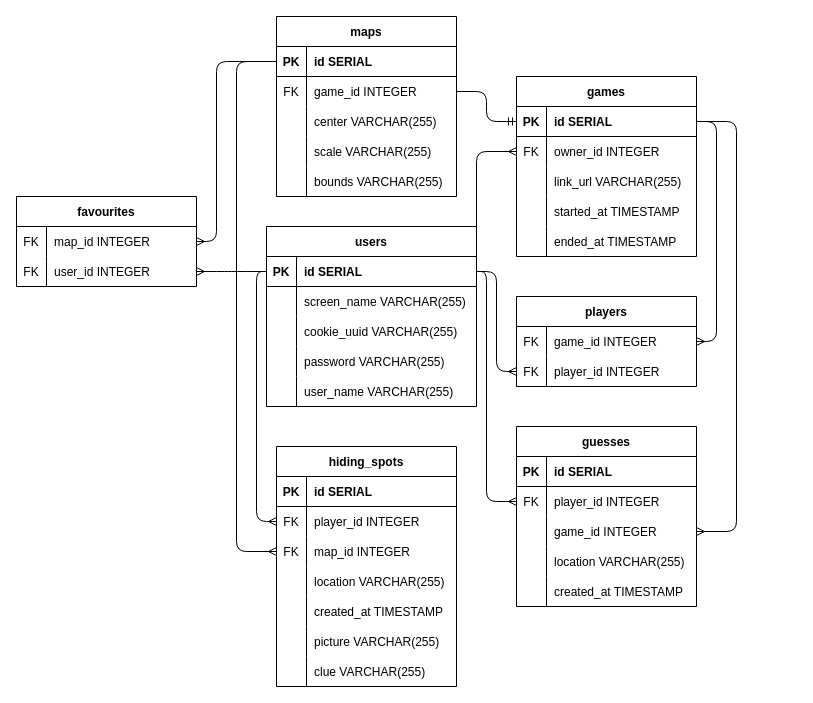
Before: db/erd.drawio in Puzzlebottom/midterm-project, a draw.io diagram. Source tidied: cells renumbered, new cells numbered last; positions are measured from the earlier drawing's top-left corner, leaving out a move shared by most shapes. Both pictures are drawn from the tidied source at 100%, with x=0, y=0 at pixel (16, 16).
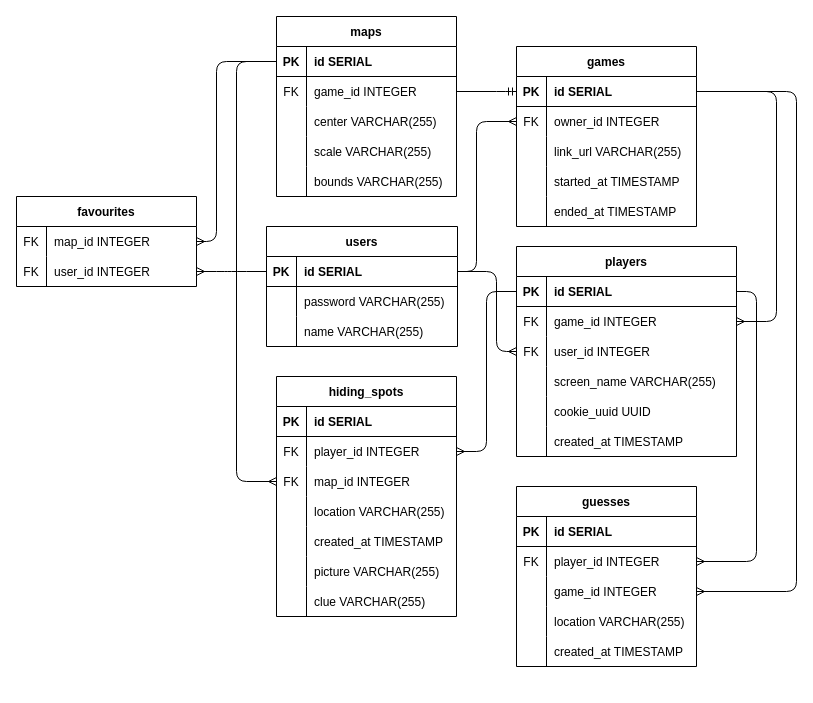
Above is the later version.

Commit message (it also covers changes not shown here):
updates erd and schema

Unchanged cells that the change refers to:
```xml
<mxCell id="19" style="shape=tableRow;horizontal=0;startSize=0;swimlaneHead=0;swimlaneBody=0;fillColor=none;points=[[0,0.5],[1,0.5]];portConstraint=eastwest;top=0;left=0;right=0;bottom=1;" parent="18" vertex="1">
  <mxGeometry y="30" width="180" height="30" as="geometry" />
</mxCell>
<mxCell id="22" style="shape=tableRow;horizontal=0;startSize=0;swimlaneHead=0;swimlaneBody=0;fillColor=none;points=[[0,0.5],[1,0.5]];portConstraint=eastwest;top=0;left=0;right=0;bottom=0;" parent="18" vertex="1">
  <mxGeometry y="60" width="180" height="30" as="geometry" />
</mxCell>
<mxCell id="38" style="shape=tableRow;horizontal=0;startSize=0;swimlaneHead=0;swimlaneBody=0;fillColor=none;points=[[0,0.5],[1,0.5]];portConstraint=eastwest;top=0;left=0;right=0;bottom=0;" parent="34" vertex="1">
  <mxGeometry y="60" width="180" height="30" as="geometry" />
</mxCell>
<mxCell id="41" style="shape=tableRow;horizontal=0;startSize=0;swimlaneHead=0;swimlaneBody=0;fillColor=none;points=[[0,0.5],[1,0.5]];portConstraint=eastwest;top=0;left=0;right=0;bottom=0;" parent="34" vertex="1">
  <mxGeometry y="90" width="180" height="30" as="geometry" />
</mxCell>
<mxCell id="60" style="shape=tableRow;horizontal=0;startSize=0;swimlaneHead=0;swimlaneBody=0;fillColor=none;points=[[0,0.5],[1,0.5]];portConstraint=eastwest;top=0;left=0;right=0;bottom=0;" parent="56" vertex="1">
  <mxGeometry y="60" width="180" height="30" as="geometry" />
</mxCell>
<mxCell id="63" style="shape=tableRow;horizontal=0;startSize=0;swimlaneHead=0;swimlaneBody=0;fillColor=none;points=[[0,0.5],[1,0.5]];portConstraint=eastwest;top=0;left=0;right=0;bottom=0;" parent="56" vertex="1">
  <mxGeometry y="90" width="180" height="30" as="geometry" />
</mxCell>
<mxCell id="80" style="shape=tableRow;horizontal=0;startSize=0;swimlaneHead=0;swimlaneBody=0;fillColor=none;points=[[0,0.5],[1,0.5]];portConstraint=eastwest;top=0;left=0;right=0;bottom=1;" parent="79" vertex="1">
  <mxGeometry y="30" width="180" height="30" as="geometry" />
</mxCell>
<mxCell id="83" style="shape=tableRow;horizontal=0;startSize=0;swimlaneHead=0;swimlaneBody=0;fillColor=none;points=[[0,0.5],[1,0.5]];portConstraint=eastwest;top=0;left=0;right=0;bottom=0;" parent="79" vertex="1">
  <mxGeometry y="60" width="180" height="30" as="geometry" />
</mxCell>
```

The edit, as a diff of the source:
```diff
@@
     <mxCell id="2" value="users" style="shape=table;startSize=30;childLayout=tableLayout;rowLines=0;fontStyle=1;align=center;" parent="1" vertex="1">
-      <mxGeometry x="250" y="210" width="210" height="180" as="geometry" />
+      <mxGeometry x="250" y="210" width="191" height="120" as="geometry" />
     </mxCell>
     <mxCell id="3" style="shape=tableRow;horizontal=0;startSize=0;swimlaneHead=0;swimlaneBody=0;fillColor=none;points=[[0,0.5],[1,0.5]];portConstraint=eastwest;top=0;left=0;right=0;bottom=1;" parent="2" vertex="1">
-      <mxGeometry y="30" width="210" height="30" as="geometry" />
+      <mxGeometry y="30" width="191" height="30" as="geometry" />
     </mxCell>
@@
     <mxCell id="5" value="id SERIAL" style="shape=partialRectangle;fillColor=none;top=0;left=0;bottom=0;right=0;align=left;spacingLeft=6;fontStyle=1;overflow=hidden;" parent="3" vertex="1">
-      <mxGeometry x="30" width="180" height="30" as="geometry" />
+      <mxGeometry x="30" width="161" height="30" as="geometry" />
     </mxCell>
-    <mxCell id="6" style="shape=tableRow;horizontal=0;startSize=0;swimlaneHead=0;swimlaneBody=0;fillColor=none;top=0;left=0;right=0;bottom=0;" parent="2" vertex="1">
-      <mxGeometry y="60" width="210" height="30" as="geometry" />
-    </mxCell>
-    <mxCell id="7" style="shape=partialRectangle;fillColor=none;top=0;left=0;bottom=0;right=0;overflow=hidden;" parent="6" vertex="1">
-      <mxGeometry width="30" height="30" as="geometry" />
-    </mxCell>
-    <mxCell id="8" value="screen_name VARCHAR(255)" style="shape=partialRectangle;fillColor=none;top=0;left=0;bottom=0;right=0;align=left;spacingLeft=6;overflow=hidden;" parent="6" vertex="1">
-      <mxGeometry x="30" width="180" height="30" as="geometry" />
-    </mxCell>
-    <mxCell id="9" style="shape=tableRow;horizontal=0;startSize=0;swimlaneHead=0;swimlaneBody=0;fillColor=none;top=0;left=0;right=0;bottom=0;" parent="2" vertex="1">
-      <mxGeometry y="90" width="210" height="30" as="geometry" />
-    </mxCell>
-    <mxCell id="10" style="shape=partialRectangle;fillColor=none;top=0;left=0;bottom=0;right=0;overflow=hidden;" parent="9" vertex="1">
-      <mxGeometry width="30" height="30" as="geometry" />
-    </mxCell>
-    <mxCell id="11" value="cookie_uuid VARCHAR(255)" style="shape=partialRectangle;fillColor=none;top=0;left=0;bottom=0;right=0;align=left;spacingLeft=6;overflow=hidden;" parent="9" vertex="1">
-      <mxGeometry x="30" width="180" height="30" as="geometry" />
-    </mxCell>
     <mxCell id="12" style="shape=tableRow;horizontal=0;startSize=0;swimlaneHead=0;swimlaneBody=0;fillColor=none;top=0;left=0;right=0;bottom=0;" parent="2" vertex="1">
-      <mxGeometry y="120" width="210" height="30" as="geometry" />
+      <mxGeometry y="60" width="191" height="30" as="geometry" />
     </mxCell>
@@
     <mxCell id="14" value="password VARCHAR(255)" style="shape=partialRectangle;fillColor=none;top=0;left=0;bottom=0;right=0;align=left;spacingLeft=6;overflow=hidden;" parent="12" vertex="1">
-      <mxGeometry x="30" width="180" height="30" as="geometry" />
+      <mxGeometry x="30" width="161" height="30" as="geometry" />
     </mxCell>
     <mxCell id="15" style="shape=tableRow;horizontal=0;startSize=0;swimlaneHead=0;swimlaneBody=0;fillColor=none;top=0;left=0;right=0;bottom=0;" parent="2" vertex="1">
-      <mxGeometry y="150" width="210" height="30" as="geometry" />
+      <mxGeometry y="90" width="191" height="30" as="geometry" />
     </mxCell>
@@
-    <mxCell id="17" value="user_name VARCHAR(255)" style="shape=partialRectangle;fillColor=none;top=0;left=0;bottom=0;right=0;align=left;spacingLeft=6;overflow=hidden;" parent="15" vertex="1">
-      <mxGeometry x="30" width="180" height="30" as="geometry" />
+    <mxCell id="17" value="name VARCHAR(255)" style="shape=partialRectangle;fillColor=none;top=0;left=0;bottom=0;right=0;align=left;spacingLeft=6;overflow=hidden;" parent="15" vertex="1">
+      <mxGeometry x="30" width="161" height="30" as="geometry" />
     </mxCell>
@@
     <mxCell id="34" value="hiding_spots" style="shape=table;startSize=30;childLayout=tableLayout;rowLines=0;fontStyle=1;align=center;" parent="1" vertex="1">
-      <mxGeometry x="260" y="430" width="180" height="240" as="geometry" />
+      <mxGeometry x="260" y="360" width="180" height="240" as="geometry" />
     </mxCell>
@@
     <mxCell id="56" value="guesses" style="shape=table;startSize=30;childLayout=tableLayout;rowLines=0;fontStyle=1;align=center;" parent="1" vertex="1">
-      <mxGeometry x="500" y="410" width="180" height="180" as="geometry" />
+      <mxGeometry x="500" y="470" width="180" height="180" as="geometry" />
     </mxCell>
@@
     <mxCell id="79" value="games" style="shape=table;startSize=30;childLayout=tableLayout;rowLines=0;fontStyle=1;align=center;" parent="1" vertex="1">
-      <mxGeometry x="500" y="60" width="180" height="180" as="geometry" />
+      <mxGeometry x="500" y="30" width="180" height="180" as="geometry" />
     </mxCell>
@@
-    <mxCell id="95" style="edgeStyle=orthogonalEdgeStyle;fontSize=12;html=1;endArrow=ERmany;entryX=0;entryY=0.5;entryDx=0;entryDy=0;exitX=0;exitY=0.5;exitDx=0;exitDy=0;" parent="1" edge="1" source="3" target="38">
+    <mxCell id="95" style="edgeStyle=orthogonalEdgeStyle;fontSize=12;html=1;endArrow=ERmany;entryX=1;entryY=0.5;entryDx=0;entryDy=0;exitX=0;exitY=0.5;exitDx=0;exitDy=0;" parent="1" edge="1" source="112" target="38">
       <mxGeometry relative="1" as="geometry">
         <Array as="points">
-          <mxPoint x="240" y="255" />
-          <mxPoint x="240" y="505" />
+          <mxPoint x="470" y="275" />
+          <mxPoint x="470" y="435" />
         </Array>
       </mxGeometry>
     </mxCell>
-    <mxCell id="96" value="players" style="shape=table;startSize=30;childLayout=tableLayout;rowLines=0;fontStyle=1;align=center;" parent="1" vertex="1">
-      <mxGeometry x="500" y="280" width="180" height="90" as="geometry" />
-    </mxCell>
-    <mxCell id="97" style="shape=tableRow;horizontal=0;startSize=0;swimlaneHead=0;swimlaneBody=0;fillColor=none;points=[[0,0.5],[1,0.5]];portConstraint=eastwest;top=0;left=0;right=0;bottom=0;" parent="96" vertex="1">
-      <mxGeometry y="30" width="180" height="30" as="geometry" />
-    </mxCell>
-    <mxCell id="98" value="FK" style="shape=partialRectangle;fillColor=none;top=0;left=0;bottom=0;right=0;overflow=hidden;" parent="97" vertex="1">
-      <mxGeometry width="30" height="30" as="geometry" />
-    </mxCell>
-    <mxCell id="99" value="game_id INTEGER" style="shape=partialRectangle;fillColor=none;top=0;left=0;bottom=0;right=0;align=left;spacingLeft=6;overflow=hidden;" parent="97" vertex="1">
-      <mxGeometry x="30" width="150" height="30" as="geometry" />
-    </mxCell>
-    <mxCell id="100" style="shape=tableRow;horizontal=0;startSize=0;swimlaneHead=0;swimlaneBody=0;fillColor=none;points=[[0,0.5],[1,0.5]];portConstraint=eastwest;top=0;left=0;right=0;bottom=0;" parent="96" vertex="1">
-      <mxGeometry y="60" width="180" height="30" as="geometry" />
-    </mxCell>
-    <mxCell id="101" value="FK" style="shape=partialRectangle;fillColor=none;top=0;left=0;bottom=0;right=0;overflow=hidden;" parent="100" vertex="1">
-      <mxGeometry width="30" height="30" as="geometry" />
-    </mxCell>
-    <mxCell id="102" value="player_id INTEGER" style="shape=partialRectangle;fillColor=none;top=0;left=0;bottom=0;right=0;align=left;spacingLeft=6;overflow=hidden;" parent="100" vertex="1">
-      <mxGeometry x="30" width="150" height="30" as="geometry" />
-    </mxCell>
     <mxCell id="103" style="edgeStyle=orthogonalEdgeStyle;fontSize=12;html=1;endArrow=ERmandOne;entryX=0;entryY=0.5;entryDx=0;entryDy=0;exitX=1;exitY=0.5;exitDx=0;exitDy=0;" parent="1" edge="1" source="22" target="80">
       <mxGeometry relative="1" as="geometry">
         <Array as="points">
-          <mxPoint x="470" y="75" />
-          <mxPoint x="470" y="105" />
+          <mxPoint x="490" y="75" />
+          <mxPoint x="490" y="75" />
         </Array>
       </mxGeometry>
     </mxCell>
@@
-    <mxCell id="105" style="edgeStyle=orthogonalEdgeStyle;fontSize=12;html=1;endArrow=ERmany;entryX=1;entryY=0.5;entryDx=0;entryDy=0;exitX=1;exitY=0.5;exitDx=0;exitDy=0;" parent="1" edge="1" source="80" target="97">
+    <mxCell id="105" style="edgeStyle=orthogonalEdgeStyle;fontSize=12;html=1;endArrow=ERmany;entryX=1;entryY=0.5;entryDx=0;entryDy=0;exitX=1;exitY=0.5;exitDx=0;exitDy=0;" parent="1" edge="1" source="80" target="115">
       <mxGeometry relative="1" as="geometry">
         <Array as="points">
-          <mxPoint x="700" y="105" />
-          <mxPoint x="700" y="325" />
+          <mxPoint x="760" y="75" />
+          <mxPoint x="760" y="305" />
         </Array>
       </mxGeometry>
     </mxCell>
-    <mxCell id="106" style="edgeStyle=orthogonalEdgeStyle;fontSize=12;html=1;endArrow=ERmany;entryX=0;entryY=0.5;entryDx=0;entryDy=0;exitX=1;exitY=0.5;exitDx=0;exitDy=0;" parent="1" edge="1" source="3" target="100">
+    <mxCell id="106" style="edgeStyle=orthogonalEdgeStyle;fontSize=12;html=1;endArrow=ERmany;entryX=0;entryY=0.5;entryDx=0;entryDy=0;exitX=1;exitY=0.5;exitDx=0;exitDy=0;" parent="1" edge="1" source="3" target="117">
       <mxGeometry relative="1" as="geometry">
         <Array as="points">
           <mxPoint x="480" y="255" />
-          <mxPoint x="480" y="355" />
+          <mxPoint x="480" y="335" />
         </Array>
       </mxGeometry>
     </mxCell>
-    <mxCell id="107" style="edgeStyle=orthogonalEdgeStyle;fontSize=12;html=1;endArrow=ERmany;entryX=0;entryY=0.5;entryDx=0;entryDy=0;exitX=1;exitY=0.5;exitDx=0;exitDy=0;" parent="1" edge="1" source="3" target="60">
+    <mxCell id="107" style="edgeStyle=orthogonalEdgeStyle;fontSize=12;html=1;endArrow=ERmany;entryX=1;entryY=0.5;entryDx=0;entryDy=0;exitX=1;exitY=0.5;exitDx=0;exitDy=0;" parent="1" edge="1" source="112" target="60">
       <mxGeometry relative="1" as="geometry">
         <Array as="points">
-          <mxPoint x="470" y="255" />
-          <mxPoint x="470" y="485" />
+          <mxPoint x="740" y="275" />
+          <mxPoint x="740" y="545" />
         </Array>
       </mxGeometry>
     </mxCell>
-    <mxCell id="108" style="edgeStyle=orthogonalEdgeStyle;fontSize=12;html=1;endArrow=ERmany;entryX=1;entryY=0.5;entryDx=0;entryDy=0;exitX=1;exitY=0.5;exitDx=0;exitDy=0;" parent="1" edge="1" source="80" target="63">
+    <mxCell id="108" style="edgeStyle=orthogonalEdgeStyle;fontSize=12;html=1;endArrow=ERmany;exitX=1;exitY=0.5;exitDx=0;exitDy=0;entryX=1;entryY=0.5;entryDx=0;entryDy=0;" parent="1" edge="1" source="80" target="63">
       <mxGeometry relative="1" as="geometry">
         <Array as="points">
-          <mxPoint x="720" y="105" />
-          <mxPoint x="720" y="515" />
+          <mxPoint x="780" y="75" />
+          <mxPoint x="780" y="575" />
         </Array>
       </mxGeometry>
     </mxCell>
     <mxCell id="109" style="edgeStyle=orthogonalEdgeStyle;fontSize=12;html=1;endArrow=ERmany;entryX=0;entryY=0.5;entryDx=0;entryDy=0;exitX=0;exitY=0.5;exitDx=0;exitDy=0;" parent="1" edge="1" source="19" target="41">
       <mxGeometry relative="1" as="geometry">
         <Array as="points">
           <mxPoint x="220" y="45" />
-          <mxPoint x="220" y="535" />
+          <mxPoint x="220" y="465" />
         </Array>
       </mxGeometry>
     </mxCell>
@@
     <mxCell id="111" style="edgeStyle=orthogonalEdgeStyle;fontSize=12;html=1;endArrow=ERmany;entryX=0;entryY=0.5;entryDx=0;entryDy=0;exitX=1;exitY=0.5;exitDx=0;exitDy=0;" parent="1" edge="1" source="3" target="83">
       <mxGeometry relative="1" as="geometry">
         <Array as="points">
           <mxPoint x="460" y="255" />
-          <mxPoint x="460" y="135" />
+          <mxPoint x="460" y="105" />
         </Array>
       </mxGeometry>
     </mxCell>
+    <mxCell id="96" value="players" style="shape=table;startSize=30;childLayout=tableLayout;rowLines=0;fontStyle=1;align=center;" parent="1" vertex="1">
+      <mxGeometry x="500" y="230" width="220" height="210" as="geometry" />
+    </mxCell>
+    <mxCell id="112" style="shape=tableRow;horizontal=0;startSize=0;swimlaneHead=0;swimlaneBody=0;fillColor=none;points=[[0,0.5],[1,0.5]];portConstraint=eastwest;top=0;left=0;right=0;bottom=1;" parent="96" vertex="1">
+      <mxGeometry y="30" width="220" height="30" as="geometry" />
+    </mxCell>
+    <mxCell id="113" value="PK" style="shape=partialRectangle;fillColor=none;top=0;left=0;bottom=0;right=0;fontStyle=1;overflow=hidden;" parent="112" vertex="1">
+      <mxGeometry width="30" height="30" as="geometry" />
+    </mxCell>
+    <mxCell id="114" value="id SERIAL" style="shape=partialRectangle;fillColor=none;top=0;left=0;bottom=0;right=0;align=left;spacingLeft=6;fontStyle=1;overflow=hidden;" parent="112" vertex="1">
+      <mxGeometry x="30" width="190" height="30" as="geometry" />
+    </mxCell>
+    <mxCell id="115" style="shape=tableRow;horizontal=0;startSize=0;swimlaneHead=0;swimlaneBody=0;fillColor=none;points=[[0,0.5],[1,0.5]];portConstraint=eastwest;top=0;left=0;right=0;bottom=0;" parent="96" vertex="1">
+      <mxGeometry y="60" width="220" height="30" as="geometry" />
+    </mxCell>
+    <mxCell id="116" value="FK" style="shape=partialRectangle;fillColor=none;top=0;left=0;bottom=0;right=0;overflow=hidden;" parent="115" vertex="1">
+      <mxGeometry width="30" height="30" as="geometry" />
+    </mxCell>
+    <mxCell id="99" value="game_id INTEGER" style="shape=partialRectangle;fillColor=none;top=0;left=0;bottom=0;right=0;align=left;spacingLeft=6;overflow=hidden;" parent="115" vertex="1">
+      <mxGeometry x="30" width="190" height="30" as="geometry" />
+    </mxCell>
+    <mxCell id="117" style="shape=tableRow;horizontal=0;startSize=0;swimlaneHead=0;swimlaneBody=0;fillColor=none;points=[[0,0.5],[1,0.5]];portConstraint=eastwest;top=0;left=0;right=0;bottom=0;" parent="96" vertex="1">
+      <mxGeometry y="90" width="220" height="30" as="geometry" />
+    </mxCell>
+    <mxCell id="118" value="FK" style="shape=partialRectangle;fillColor=none;top=0;left=0;bottom=0;right=0;overflow=hidden;" parent="117" vertex="1">
+      <mxGeometry width="30" height="30" as="geometry" />
+    </mxCell>
+    <mxCell id="119" value="user_id INTEGER" style="shape=partialRectangle;fillColor=none;top=0;left=0;bottom=0;right=0;align=left;spacingLeft=6;overflow=hidden;" parent="117" vertex="1">
+      <mxGeometry x="30" width="190" height="30" as="geometry" />
+    </mxCell>
+    <mxCell id="120" style="shape=tableRow;horizontal=0;startSize=0;swimlaneHead=0;swimlaneBody=0;fillColor=none;top=0;left=0;right=0;bottom=0;" parent="96" vertex="1">
+      <mxGeometry y="120" width="220" height="30" as="geometry" />
+    </mxCell>
+    <mxCell id="121" style="shape=partialRectangle;fillColor=none;top=0;left=0;bottom=0;right=0;overflow=hidden;" parent="120" vertex="1">
+      <mxGeometry width="30" height="30" as="geometry" />
+    </mxCell>
+    <mxCell id="8" value="screen_name VARCHAR(255)" style="shape=partialRectangle;fillColor=none;top=0;left=0;bottom=0;right=0;align=left;spacingLeft=6;overflow=hidden;" parent="120" vertex="1">
+      <mxGeometry x="30" width="190" height="30" as="geometry" />
+    </mxCell>
+    <mxCell id="122" style="shape=tableRow;horizontal=0;startSize=0;swimlaneHead=0;swimlaneBody=0;fillColor=none;top=0;left=0;right=0;bottom=0;" parent="96" vertex="1">
+      <mxGeometry y="150" width="220" height="30" as="geometry" />
+    </mxCell>
+    <mxCell id="123" style="shape=partialRectangle;fillColor=none;top=0;left=0;bottom=0;right=0;overflow=hidden;" parent="122" vertex="1">
+      <mxGeometry width="30" height="30" as="geometry" />
+    </mxCell>
+    <mxCell id="124" value="cookie_uuid UUID" style="shape=partialRectangle;fillColor=none;top=0;left=0;bottom=0;right=0;align=left;spacingLeft=6;overflow=hidden;" parent="122" vertex="1">
+      <mxGeometry x="30" width="190" height="30" as="geometry" />
+    </mxCell>
+    <mxCell id="125" style="shape=tableRow;horizontal=0;startSize=0;swimlaneHead=0;swimlaneBody=0;fillColor=none;top=0;left=0;right=0;bottom=0;" parent="96" vertex="1">
+      <mxGeometry y="180" width="220" height="30" as="geometry" />
+    </mxCell>
+    <mxCell id="126" style="shape=partialRectangle;fillColor=none;top=0;left=0;bottom=0;right=0;overflow=hidden;" parent="125" vertex="1">
+      <mxGeometry width="30" height="30" as="geometry" />
+    </mxCell>
+    <mxCell id="127" value="created_at TIMESTAMP" style="shape=partialRectangle;fillColor=none;top=0;left=0;bottom=0;right=0;align=left;spacingLeft=6;overflow=hidden;" parent="125" vertex="1">
+      <mxGeometry x="30" width="190" height="30" as="geometry" />
+    </mxCell>
```
